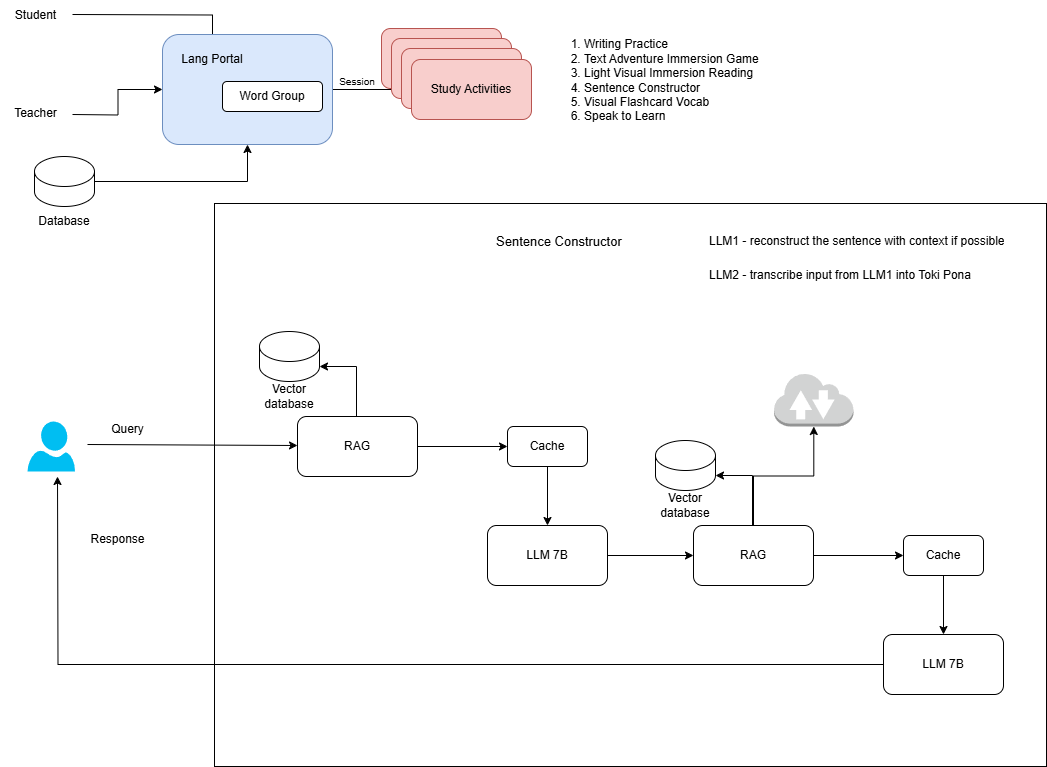
The draw.io diagram genai-architecting/genai-architecture-v0.png in emmaahmads/free-genai-bootcamp-2025, before a commit. Source tidied: cells renumbered, new cells last; positions are measured from the earlier drawing's top-left corner, leaving out a move shared by most shapes.
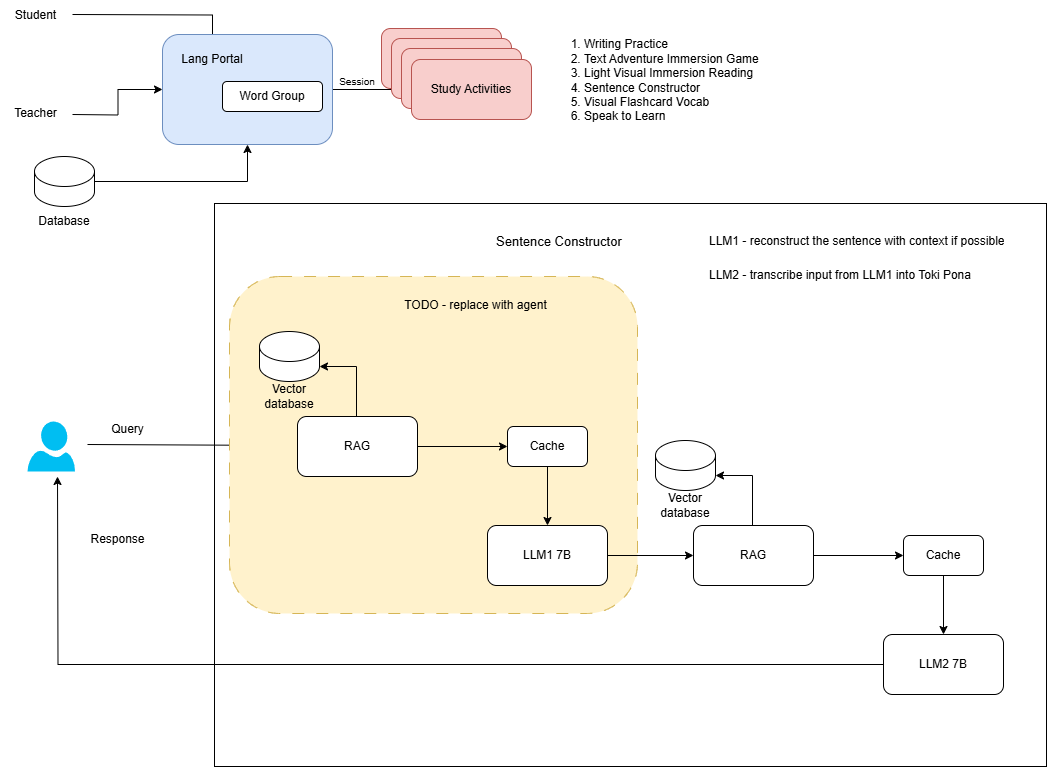
After the change.

What changed in the source:
```diff
@@ -28,39 +28,36 @@
     <mxCell id="8" value="Response" style="text;html=1;align=center;verticalAlign=middle;strokeColor=none;fillColor=none;" parent="2" vertex="1">
       <mxGeometry x="50" y="321" width="80" height="30" as="geometry" />
     </mxCell>
-    <mxCell id="9" style="group;" parent="2" vertex="1">
-      <mxGeometry x="628" y="169" width="348" height="322" as="geometry" />
-    </mxCell>
+    <mxCell id="22" value="&lt;font style=&quot;font-size: 13px;&quot;&gt;Sentence Constructor&lt;/font&gt;" style="text;html=1;align=left;verticalAlign=middle;whiteSpace=wrap;rounded=0;" parent="2" vertex="1">
+      <mxGeometry x="467" y="23" width="128" height="30" as="geometry" />
+    </mxCell>
+    <mxCell id="23" value="&lt;h1 style=&quot;margin-top: 0px;&quot;&gt;&lt;span style=&quot;background-color: transparent; color: light-dark(rgb(0, 0, 0), rgb(255, 255, 255)); font-size: 12px; font-weight: normal;&quot;&gt;LLM1 - reconstruct the sentence with context if possible&lt;/span&gt;&lt;/h1&gt;&lt;p&gt;LLM2 - transcribe input from LLM1 into Toki Pona&lt;/p&gt;" style="text;html=1;whiteSpace=wrap;overflow=hidden;rounded=0;" parent="2" vertex="1">
+      <mxGeometry x="680" y="13" width="307" height="120" as="geometry" />
+    </mxCell>
-    <mxCell id="10" style="edgeStyle=orthogonalEdgeStyle;rounded=0;jettySize=auto;html=1;" parent="9" edge="1" source="17" target="12">
+    <mxCell id="10" style="edgeStyle=orthogonalEdgeStyle;rounded=0;jettySize=auto;html=1;" parent="2" edge="1" source="17" target="12">
       <mxGeometry relative="1" as="geometry" />
     </mxCell>
-    <mxCell id="11" style="edgeStyle=orthogonalEdgeStyle;rounded=0;jettySize=auto;html=1;" parent="9" edge="1" source="12" target="13">
+    <mxCell id="11" style="edgeStyle=orthogonalEdgeStyle;rounded=0;jettySize=auto;html=1;" parent="2" edge="1" source="12" target="13">
       <mxGeometry relative="1" as="geometry" />
     </mxCell>
-    <mxCell id="12" value="Cache" style="rounded=1;whiteSpace=wrap;html=1;" parent="9" vertex="1">
-      <mxGeometry x="248" y="163" width="80" height="40" as="geometry" />
+    <mxCell id="12" value="Cache" style="rounded=1;whiteSpace=wrap;html=1;" parent="2" vertex="1">
+      <mxGeometry x="876" y="332" width="80" height="40" as="geometry" />
     </mxCell>
-    <mxCell id="13" value="LLM 7B" style="rounded=1;whiteSpace=wrap;html=1;" parent="9" vertex="1">
-      <mxGeometry x="228" y="262" width="120" height="60" as="geometry" />
+    <mxCell id="13" value="LLM2 7B" style="rounded=1;whiteSpace=wrap;html=1;" parent="2" vertex="1">
+      <mxGeometry x="856" y="431" width="120" height="60" as="geometry" />
     </mxCell>
-    <mxCell id="14" style="group;" parent="9" vertex="1">
-      <mxGeometry width="198" height="213" as="geometry" />
-    </mxCell>
-    <mxCell id="15" style="edgeStyle=orthogonalEdgeStyle;rounded=0;jettySize=auto;html=1;" parent="14" edge="1" source="17" target="21">
-      <mxGeometry relative="1" as="geometry" />
-    </mxCell>
-    <mxCell id="16" style="edgeStyle=orthogonalEdgeStyle;rounded=0;jettySize=auto;html=1;entryX=1;entryY=1;entryDx=0;entryDy=-15;entryPerimeter=0;" parent="14" edge="1" source="17" target="19">
+    <mxCell id="16" style="edgeStyle=orthogonalEdgeStyle;rounded=0;jettySize=auto;html=1;entryX=1;entryY=1;entryDx=0;entryDy=-15;entryPerimeter=0;" parent="2" edge="1" source="17" target="19">
       <mxGeometry relative="1" as="geometry">
         <Array as="points">
-          <mxPoint x="97" y="103" />
+          <mxPoint x="725" y="272" />
         </Array>
       </mxGeometry>
     </mxCell>
-    <mxCell id="17" value="RAG" style="rounded=1;whiteSpace=wrap;html=1;" parent="14" vertex="1">
-      <mxGeometry x="38" y="153" width="120" height="60" as="geometry" />
+    <mxCell id="17" value="RAG" style="rounded=1;whiteSpace=wrap;html=1;" parent="2" vertex="1">
+      <mxGeometry x="666" y="322" width="120" height="60" as="geometry" />
     </mxCell>
-    <mxCell id="18" style="group;" parent="14" vertex="1">
-      <mxGeometry y="68" width="60" height="80" as="geometry" />
+    <mxCell id="18" style="group;" parent="2" vertex="1">
+      <mxGeometry x="628" y="237" width="60" height="80" as="geometry" />
     </mxCell>
     <mxCell id="19" style="shape=cylinder3;whiteSpace=wrap;html=1;boundedLbl=1;backgroundOutline=1;size=15;" parent="18" vertex="1">
       <mxGeometry width="60" height="50" as="geometry" />
@@ -68,15 +65,9 @@
     <mxCell id="20" value="Vector&lt;br&gt;database" style="text;html=1;align=center;verticalAlign=middle;whiteSpace=wrap;rounded=0;" parent="18" vertex="1">
       <mxGeometry y="50" width="60" height="30" as="geometry" />
     </mxCell>
-    <mxCell id="21" style="outlineConnect=0;dashed=0;verticalLabelPosition=bottom;verticalAlign=top;align=center;html=1;shape=mxgraph.aws3.internet_2;fillColor=#D2D3D3;gradientColor=none;" parent="14" vertex="1">
-      <mxGeometry x="118.5" width="79.5" height="54" as="geometry" />
-    </mxCell>
-    <mxCell id="22" value="&lt;font style=&quot;font-size: 13px;&quot;&gt;Sentence Constructor&lt;/font&gt;" style="text;html=1;align=left;verticalAlign=middle;whiteSpace=wrap;rounded=0;" parent="2" vertex="1">
-      <mxGeometry x="467" y="23" width="128" height="30" as="geometry" />
-    </mxCell>
-    <mxCell id="23" value="&lt;h1 style=&quot;margin-top: 0px;&quot;&gt;&lt;span style=&quot;background-color: transparent; color: light-dark(rgb(0, 0, 0), rgb(255, 255, 255)); font-size: 12px; font-weight: normal;&quot;&gt;LLM1 - reconstruct the sentence with context if possible&lt;/span&gt;&lt;/h1&gt;&lt;p&gt;LLM2 - transcribe input from LLM1 into Toki Pona&lt;/p&gt;" style="text;html=1;whiteSpace=wrap;overflow=hidden;rounded=0;" parent="2" vertex="1">
-      <mxGeometry x="680" y="13" width="307" height="120" as="geometry" />
-    </mxCell>
+    <mxCell id="54" style="rounded=1;whiteSpace=wrap;html=1;dashed=1;dashPattern=12 12;fillColor=#fff2cc;strokeColor=#d6b656;" parent="2" vertex="1">
+      <mxGeometry x="202" y="73" width="408" height="337" as="geometry" />
+    </mxCell>
     <mxCell id="24" style="edgeStyle=orthogonalEdgeStyle;rounded=0;jettySize=auto;html=1;" parent="1" edge="1" target="29">
       <mxGeometry relative="1" as="geometry">
         <mxPoint x="72" y="14" as="sourcePoint" />
@@ -147,7 +138,7 @@
     <mxCell id="45" value="Cache" style="rounded=1;whiteSpace=wrap;html=1;" parent="1" vertex="1">
       <mxGeometry x="507" y="426" width="80" height="40" as="geometry" />
     </mxCell>
-    <mxCell id="46" value="LLM 7B" style="rounded=1;whiteSpace=wrap;html=1;" parent="1" vertex="1">
+    <mxCell id="46" value="LLM1 7B" style="rounded=1;whiteSpace=wrap;html=1;" parent="1" vertex="1">
       <mxGeometry x="487" y="525" width="120" height="60" as="geometry" />
     </mxCell>
     <mxCell id="47" style="group;" parent="1" vertex="1">
@@ -164,7 +155,7 @@
       <mxGeometry x="-80" y="153" width="120" height="60" as="geometry" />
     </mxCell>
     <mxCell id="50" style="group;" parent="47" vertex="1">
-      <mxGeometry x="-118" y="68" width="60" height="80" as="geometry" />
+      <mxGeometry x="-118" y="68" width="90" height="80" as="geometry" />
     </mxCell>
     <mxCell id="51" style="shape=cylinder3;whiteSpace=wrap;html=1;boundedLbl=1;backgroundOutline=1;size=15;" parent="50" vertex="1">
       <mxGeometry width="60" height="50" as="geometry" />
@@ -172,6 +163,9 @@
     <mxCell id="52" value="Vector&lt;br&gt;database" style="text;html=1;align=center;verticalAlign=middle;whiteSpace=wrap;rounded=0;" parent="50" vertex="1">
       <mxGeometry y="50" width="60" height="30" as="geometry" />
     </mxCell>
+    <mxCell id="55" value="TODO - replace with agent" style="text;html=1;align=center;verticalAlign=middle;whiteSpace=wrap;rounded=0;" parent="47" vertex="1">
+      <mxGeometry x="17" y="23" width="163" height="37" as="geometry" />
+    </mxCell>
     <mxCell id="53" style="edgeStyle=orthogonalEdgeStyle;rounded=0;jettySize=auto;html=1;entryX=0;entryY=0.5;entryDx=0;entryDy=0;" parent="1" edge="1" source="46" target="17">
       <mxGeometry relative="1" as="geometry" />
     </mxCell>
```
